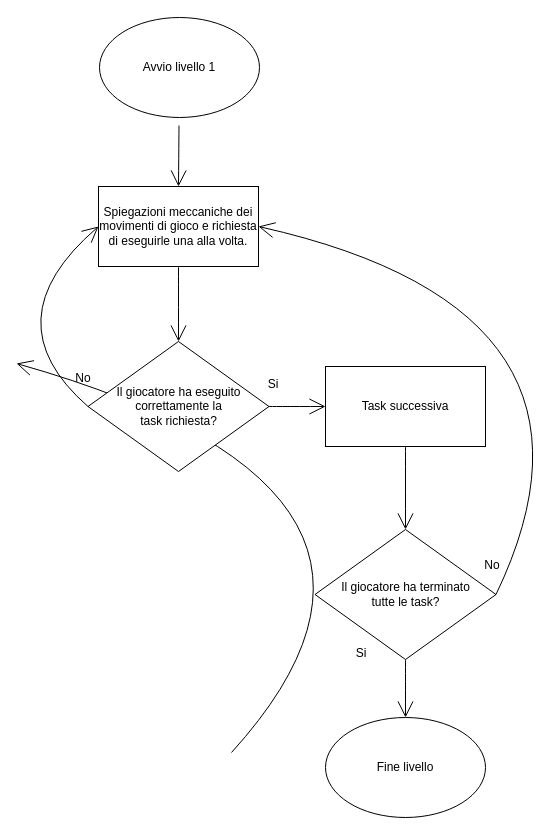
Above: doc/Progetti Drawio/Livello1Flowchart.drawio in zSavT/Healthy-Catering (draw.io), before the change. Source tidied: cells renumbered, new cells numbered last; positions are measured from the earlier drawing's top-left corner, leaving out a move shared by most shapes. Both pictures are drawn from the tidied source at 100%, with x=0, y=0 at pixel (-11, 17).
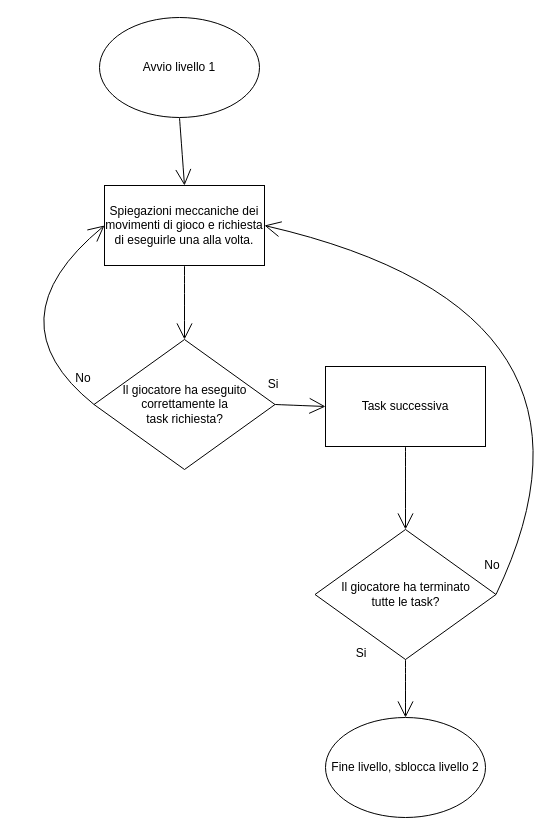
Above is the later version.

Commit message (it also covers changes not shown here):
Aggiunto al flochart livello 0 e 1 lo sblocco del livello successivo

Unchanged cells that the change refers to:
```xml
<mxCell id="3" value="Avvio livello 1" style="ellipse;whiteSpace=wrap;html=1;hachureGap=4;" parent="1" vertex="1">
  <mxGeometry x="110" width="160" height="100" as="geometry" />
</mxCell>
```

What changed in the source:
```diff
@@
-    <mxCell id="2" style="edgeStyle=none;curved=1;rounded=0;jettySize=auto;html=1;endArrow=open;startSize=14;endSize=14;sourcePerimeterSpacing=8;targetPerimeterSpacing=8;entryX=0.5;entryY=0;entryDx=0;entryDy=0;" parent="1" edge="1" source="3" target="6">
+    <mxCell id="2" style="edgeStyle=none;curved=1;rounded=0;jettySize=auto;html=1;endArrow=open;startSize=14;endSize=14;sourcePerimeterSpacing=8;targetPerimeterSpacing=8;entryX=0.5;entryY=0;entryDx=0;entryDy=0;exitX=0.5;exitY=1;exitDx=0;exitDy=0;" parent="1" edge="1" source="3" target="6">
       <mxGeometry relative="1" as="geometry" />
     </mxCell>
@@
-    <mxCell id="4" style="edgeStyle=none;orthogonalLoop=1;jettySize=auto;html=1;rounded=0;fontSize=12;endArrow=open;startSize=14;endSize=14;sourcePerimeterSpacing=8;targetPerimeterSpacing=8;curved=1;exitX=1;exitY=0.5;exitDx=0;exitDy=0;entryX=1;entryY=0.5;entryDx=0;entryDy=0;" parent="1" edge="1">
-      <mxGeometry relative="1" as="geometry">
-        <mxPoint x="242" y="735" as="sourcePoint" />
-        <mxPoint x="27" y="346" as="targetPoint" />
-        <Array as="points">
-          <mxPoint x="479" y="474" />
-        </Array>
-      </mxGeometry>
-    </mxCell>
-    <mxCell id="5" value="Fine livello" style="ellipse;whiteSpace=wrap;html=1;hachureGap=4;fontSize=12;" parent="1" vertex="1">
+    <mxCell id="5" value="Fine livello, sblocca livello 2" style="ellipse;whiteSpace=wrap;html=1;hachureGap=4;fontSize=12;" parent="1" vertex="1">
       <mxGeometry x="336" y="700" width="160" height="100" as="geometry" />
     </mxCell>
     <mxCell id="6" value="Spiegazioni meccaniche dei movimenti di gioco e richiesta di eseguirle una alla volta." style="rounded=0;whiteSpace=wrap;html=1;hachureGap=4;fontSize=12;" parent="1" vertex="1">
-      <mxGeometry x="109" y="169" width="160" height="80" as="geometry" />
+      <mxGeometry x="115" y="168" width="160" height="80" as="geometry" />
     </mxCell>
     <mxCell id="7" value="Il giocatore ha eseguito correttamente la &lt;br&gt;task richiesta?" style="rhombus;whiteSpace=wrap;html=1;hachureGap=4;fontSize=12;" parent="1" vertex="1">
-      <mxGeometry x="98.5" y="324" width="181" height="130" as="geometry" />
+      <mxGeometry x="104.5" y="322" width="181" height="130" as="geometry" />
     </mxCell>
```
